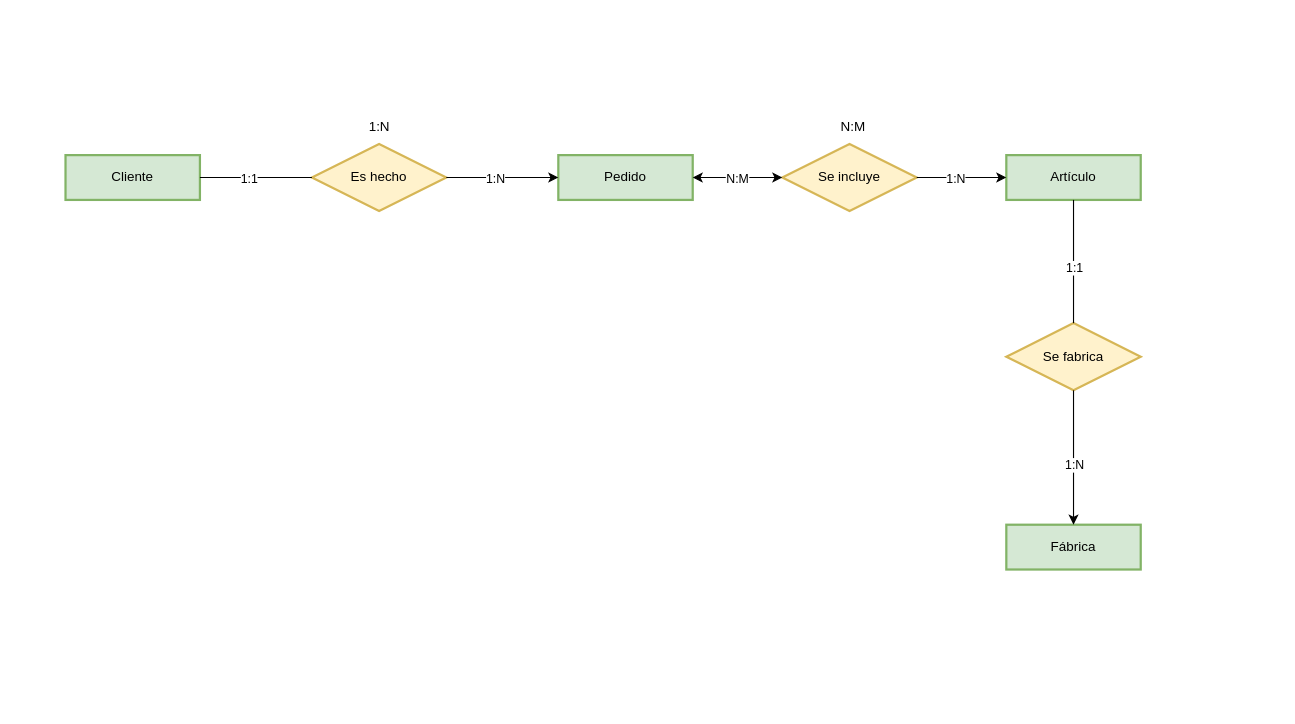
This is page "Ej3" (2 of 9) of Tareas/Tarea3/Tarea3.drawio from JuanManuelMM/Base-Datos, a draw.io file, before an edit. Source tidied: cells renumbered, new cells numbered last; positions are measured from the earlier drawing's top-left corner, leaving out a move shared by most shapes. Both pictures are drawn from the tidied source at 112%, with x=0, y=0 at pixel (65, 110).
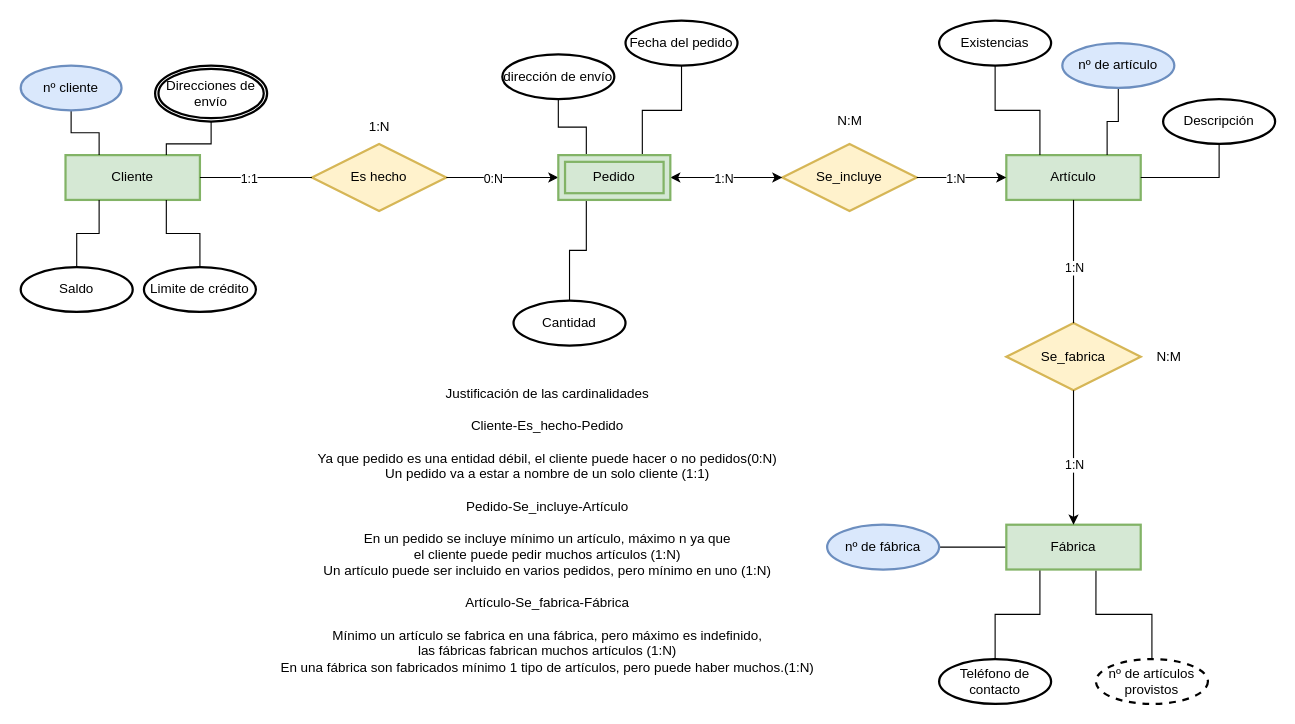
After the change.

Unchanged cells that the change refers to:
```xml
<mxCell id="2" value="Cliente" style="whiteSpace=wrap;html=1;align=center;fillColor=#d5e8d4;strokeColor=#82b366;strokeWidth=2;" parent="1" vertex="1">
  <mxGeometry y="40" width="120" height="40" as="geometry" />
</mxCell>
<mxCell id="4" value="Artículo" style="whiteSpace=wrap;html=1;align=center;fillColor=#d5e8d4;strokeColor=#82b366;strokeWidth=2;" parent="1" vertex="1">
  <mxGeometry x="840" y="40" width="120" height="40" as="geometry" />
</mxCell>
<mxCell id="5" value="Fábrica" style="whiteSpace=wrap;html=1;align=center;fillColor=#d5e8d4;strokeColor=#82b366;strokeWidth=2;" parent="1" vertex="1">
  <mxGeometry x="840" y="370" width="120" height="40" as="geometry" />
</mxCell>
<mxCell id="13" style="endArrow=classic;html=1;rounded=0;entryX=0;entryY=0.5;entryDx=0;entryDy=0;exitX=1;exitY=0.5;exitDx=0;exitDy=0;" parent="1" edge="1" source="6" target="3">
  <mxGeometry relative="1" as="geometry" />
</mxCell>
<mxCell id="17" style="endArrow=classic;startArrow=classic;html=1;rounded=0;entryX=0;entryY=0.5;entryDx=0;entryDy=0;exitX=1;exitY=0.5;exitDx=0;exitDy=0;" parent="1" edge="1" source="3" target="8">
  <mxGeometry relative="1" as="geometry" />
</mxCell>
<mxCell id="21" style="endArrow=none;html=1;rounded=0;entryX=0.5;entryY=1;entryDx=0;entryDy=0;exitX=0.5;exitY=0;exitDx=0;exitDy=0;" parent="1" edge="1" source="7" target="4">
  <mxGeometry relative="1" as="geometry" />
</mxCell>
```

What changed in the source:
```diff
@@
-    <mxCell id="3" value="Pedido" style="whiteSpace=wrap;html=1;align=center;fillColor=#d5e8d4;strokeColor=#82b366;strokeWidth=2;" parent="1" vertex="1">
-      <mxGeometry x="440" y="40" width="120" height="40" as="geometry" />
-    </mxCell>
@@
+    <mxCell id="23" style="edgeStyle=orthogonalEdgeStyle;rounded=0;jettySize=auto;html=1;exitX=0;exitY=0.5;exitDx=0;exitDy=0;entryX=1;entryY=0.5;entryDx=0;entryDy=0;endArrow=none;endFill=0;" parent="1" edge="1" source="5" target="46">
+      <mxGeometry relative="1" as="geometry" />
+    </mxCell>
+    <mxCell id="24" style="edgeStyle=orthogonalEdgeStyle;rounded=0;jettySize=auto;html=1;exitX=0.25;exitY=1;exitDx=0;exitDy=0;entryX=0.5;entryY=0;entryDx=0;entryDy=0;endArrow=none;endFill=0;" parent="1" edge="1" source="5" target="47">
+      <mxGeometry relative="1" as="geometry" />
+    </mxCell>
@@
-    <mxCell id="7" value="Se fabrica" style="shape=rhombus;perimeter=rhombusPerimeter;whiteSpace=wrap;html=1;align=center;fillColor=#fff2cc;strokeColor=#d6b656;strokeWidth=2;" parent="1" vertex="1">
+    <mxCell id="7" value="Se_fabrica" style="shape=rhombus;perimeter=rhombusPerimeter;whiteSpace=wrap;html=1;align=center;fillColor=#fff2cc;strokeColor=#d6b656;strokeWidth=2;" parent="1" vertex="1">
       <mxGeometry x="840" y="190" width="120" height="60" as="geometry" />
     </mxCell>
-    <mxCell id="8" value="Se incluye" style="shape=rhombus;perimeter=rhombusPerimeter;whiteSpace=wrap;html=1;align=center;fillColor=#fff2cc;strokeColor=#d6b656;strokeWidth=2;" parent="1" vertex="1">
+    <mxCell id="8" value="Se_incluye" style="shape=rhombus;perimeter=rhombusPerimeter;whiteSpace=wrap;html=1;align=center;fillColor=#fff2cc;strokeColor=#d6b656;strokeWidth=2;" parent="1" vertex="1">
       <mxGeometry x="640" y="30" width="120" height="60" as="geometry" />
     </mxCell>
@@
     <mxCell id="12" value="N:M" style="text;html=1;align=center;verticalAlign=middle;strokeColor=none;fillColor=none;" parent="1" vertex="1">
-      <mxGeometry x="677.5" width="50" height="30" as="geometry" />
+      <mxGeometry x="675" y="-5" width="50" height="30" as="geometry" />
     </mxCell>
@@
-    <mxCell id="14" value="1:N" style="edgeLabel;html=1;align=center;verticalAlign=middle;" parent="13" vertex="1">
+    <mxCell id="14" value="0:N" style="edgeLabel;html=1;align=center;verticalAlign=middle;" parent="13" vertex="1">
       <mxGeometry x="-0.53" y="-1" relative="1" as="geometry">
-        <mxPoint x="19" y="-1" as="offset" />
+        <mxPoint x="17" y="-1" as="offset" />
       </mxGeometry>
     </mxCell>
@@
-    <mxCell id="18" value="N:M" style="edgeLabel;html=1;align=center;verticalAlign=middle;" parent="17" vertex="1">
+    <mxCell id="18" value="1:N" style="edgeLabel;html=1;align=center;verticalAlign=middle;" parent="17" vertex="1">
       <mxGeometry x="-0.23" relative="1" as="geometry">
         <mxPoint x="8" as="offset" />
       </mxGeometry>
     </mxCell>
@@
-    <mxCell id="22" value="1:1" style="edgeLabel;html=1;align=center;verticalAlign=middle;" parent="21" vertex="1">
+    <mxCell id="22" value="1:N" style="edgeLabel;html=1;align=center;verticalAlign=middle;" parent="21" vertex="1">
       <mxGeometry x="0.55" y="-1" relative="1" as="geometry">
         <mxPoint x="-1" y="35" as="offset" />
       </mxGeometry>
     </mxCell>
+    <mxCell id="25" value="N:M" style="text;html=1;align=center;verticalAlign=middle;strokeColor=none;fillColor=none;" parent="1" vertex="1">
+      <mxGeometry x="960" y="205" width="50" height="30" as="geometry" />
+    </mxCell>
+    <mxCell id="26" style="edgeStyle=orthogonalEdgeStyle;rounded=0;jettySize=auto;html=1;exitX=0.5;exitY=1;exitDx=0;exitDy=0;entryX=0.25;entryY=0;entryDx=0;entryDy=0;endArrow=none;endFill=0;" parent="1" edge="1" source="27" target="2">
+      <mxGeometry relative="1" as="geometry" />
+    </mxCell>
+    <mxCell id="27" value="nº cliente" style="ellipse;whiteSpace=wrap;html=1;align=center;fillColor=#dae8fc;strokeColor=#6c8ebf;strokeWidth=2;" parent="1" vertex="1">
+      <mxGeometry x="-40" y="-40" width="90" height="40" as="geometry" />
+    </mxCell>
+    <mxCell id="28" style="edgeStyle=orthogonalEdgeStyle;rounded=0;jettySize=auto;html=1;exitX=0.5;exitY=1;exitDx=0;exitDy=0;entryX=0.75;entryY=0;entryDx=0;entryDy=0;endArrow=none;endFill=0;" parent="1" edge="1" source="29" target="2">
+      <mxGeometry relative="1" as="geometry" />
+    </mxCell>
+    <mxCell id="29" value="Direcciones de envío" style="ellipse;shape=doubleEllipse;margin=3;whiteSpace=wrap;html=1;align=center;strokeWidth=2;" parent="1" vertex="1">
+      <mxGeometry x="80" y="-40" width="100" height="50" as="geometry" />
+    </mxCell>
+    <mxCell id="30" style="edgeStyle=orthogonalEdgeStyle;rounded=0;jettySize=auto;html=1;exitX=0.5;exitY=0;exitDx=0;exitDy=0;entryX=0.75;entryY=1;entryDx=0;entryDy=0;endArrow=none;endFill=0;" parent="1" edge="1" source="31" target="2">
+      <mxGeometry relative="1" as="geometry" />
+    </mxCell>
+    <mxCell id="31" value="Limite de crédito" style="ellipse;whiteSpace=wrap;html=1;align=center;strokeWidth=2;" parent="1" vertex="1">
+      <mxGeometry x="70" y="140" width="100" height="40" as="geometry" />
+    </mxCell>
+    <mxCell id="32" style="edgeStyle=orthogonalEdgeStyle;rounded=0;jettySize=auto;html=1;exitX=0.5;exitY=0;exitDx=0;exitDy=0;entryX=0.25;entryY=1;entryDx=0;entryDy=0;endArrow=none;endFill=0;" parent="1" edge="1" source="33" target="2">
+      <mxGeometry relative="1" as="geometry" />
+    </mxCell>
+    <mxCell id="33" value="Saldo" style="ellipse;whiteSpace=wrap;html=1;align=center;strokeWidth=2;" parent="1" vertex="1">
+      <mxGeometry x="-40" y="140" width="100" height="40" as="geometry" />
+    </mxCell>
+    <mxCell id="34" style="edgeStyle=orthogonalEdgeStyle;rounded=0;jettySize=auto;html=1;exitX=0.25;exitY=0;exitDx=0;exitDy=0;entryX=0.5;entryY=1;entryDx=0;entryDy=0;endArrow=none;endFill=0;" parent="1" edge="1" source="3" target="37">
+      <mxGeometry relative="1" as="geometry" />
+    </mxCell>
+    <mxCell id="35" style="edgeStyle=orthogonalEdgeStyle;rounded=0;jettySize=auto;html=1;exitX=0.75;exitY=0;exitDx=0;exitDy=0;entryX=0.5;entryY=1;entryDx=0;entryDy=0;endArrow=none;endFill=0;" parent="1" edge="1" source="3" target="38">
+      <mxGeometry relative="1" as="geometry" />
+    </mxCell>
+    <mxCell id="36" style="edgeStyle=orthogonalEdgeStyle;rounded=0;jettySize=auto;html=1;exitX=0.25;exitY=1;exitDx=0;exitDy=0;entryX=0.5;entryY=0;entryDx=0;entryDy=0;endArrow=none;endFill=0;" parent="1" edge="1" source="3" target="39">
+      <mxGeometry relative="1" as="geometry" />
+    </mxCell>
+    <mxCell id="3" value="Pedido" style="shape=ext;margin=3;double=1;whiteSpace=wrap;html=1;align=center;strokeWidth=2;fillColor=#d5e8d4;strokeColor=#82b366;" parent="1" vertex="1">
+      <mxGeometry x="440" y="40" width="100" height="40" as="geometry" />
+    </mxCell>
+    <mxCell id="37" value="dirección de envío" style="ellipse;whiteSpace=wrap;html=1;align=center;strokeWidth=2;" parent="1" vertex="1">
+      <mxGeometry x="390" y="-50" width="100" height="40" as="geometry" />
+    </mxCell>
+    <mxCell id="38" value="Fecha del pedido" style="ellipse;whiteSpace=wrap;html=1;align=center;strokeWidth=2;" parent="1" vertex="1">
+      <mxGeometry x="500" y="-80" width="100" height="40" as="geometry" />
+    </mxCell>
+    <mxCell id="39" value="Cantidad" style="ellipse;whiteSpace=wrap;html=1;align=center;strokeWidth=2;" parent="1" vertex="1">
+      <mxGeometry x="400" y="170" width="100" height="40" as="geometry" />
+    </mxCell>
+    <mxCell id="40" style="edgeStyle=orthogonalEdgeStyle;rounded=0;jettySize=auto;html=1;exitX=0.5;exitY=1;exitDx=0;exitDy=0;entryX=0.75;entryY=0;entryDx=0;entryDy=0;endArrow=none;endFill=0;" parent="1" edge="1" source="41" target="4">
+      <mxGeometry relative="1" as="geometry" />
+    </mxCell>
+    <mxCell id="41" value="nº de artículo" style="ellipse;whiteSpace=wrap;html=1;align=center;strokeWidth=2;fillColor=#dae8fc;strokeColor=#6c8ebf;" parent="1" vertex="1">
+      <mxGeometry x="890" y="-60" width="100" height="40" as="geometry" />
+    </mxCell>
+    <mxCell id="42" style="edgeStyle=orthogonalEdgeStyle;rounded=0;jettySize=auto;html=1;exitX=0.5;exitY=1;exitDx=0;exitDy=0;entryX=0.25;entryY=0;entryDx=0;entryDy=0;endArrow=none;endFill=0;" parent="1" edge="1" source="43" target="4">
+      <mxGeometry relative="1" as="geometry" />
+    </mxCell>
+    <mxCell id="43" value="Existencias" style="ellipse;whiteSpace=wrap;html=1;align=center;strokeWidth=2;" parent="1" vertex="1">
+      <mxGeometry x="780" y="-80" width="100" height="40" as="geometry" />
+    </mxCell>
+    <mxCell id="44" style="edgeStyle=orthogonalEdgeStyle;rounded=0;jettySize=auto;html=1;exitX=0.5;exitY=1;exitDx=0;exitDy=0;entryX=1;entryY=0.5;entryDx=0;entryDy=0;endArrow=none;endFill=0;" parent="1" edge="1" source="45" target="4">
+      <mxGeometry relative="1" as="geometry" />
+    </mxCell>
+    <mxCell id="45" value="Descripción" style="ellipse;whiteSpace=wrap;html=1;align=center;strokeWidth=2;" parent="1" vertex="1">
+      <mxGeometry x="980" y="-10" width="100" height="40" as="geometry" />
+    </mxCell>
+    <mxCell id="46" value="nº de fábrica" style="ellipse;whiteSpace=wrap;html=1;align=center;strokeWidth=2;fillColor=#dae8fc;strokeColor=#6c8ebf;" parent="1" vertex="1">
+      <mxGeometry x="680" y="370" width="100" height="40" as="geometry" />
+    </mxCell>
+    <mxCell id="47" value="Teléfono de contacto" style="ellipse;whiteSpace=wrap;html=1;align=center;strokeWidth=2;" parent="1" vertex="1">
+      <mxGeometry x="780" y="490" width="100" height="40" as="geometry" />
+    </mxCell>
+    <mxCell id="48" style="edgeStyle=orthogonalEdgeStyle;rounded=0;jettySize=auto;html=1;exitX=0.5;exitY=0;exitDx=0;exitDy=0;entryX=0.667;entryY=1.025;entryDx=0;entryDy=0;entryPerimeter=0;endArrow=none;endFill=0;" parent="1" edge="1" source="49" target="5">
+      <mxGeometry relative="1" as="geometry" />
+    </mxCell>
+    <mxCell id="49" value="nº de artículos provistos" style="ellipse;whiteSpace=wrap;html=1;align=center;dashed=1;strokeWidth=2;" parent="1" vertex="1">
+      <mxGeometry x="920" y="490" width="100" height="40" as="geometry" />
+    </mxCell>
+    <mxCell id="50" value="Justificación de las cardinalidades&lt;br&gt;&lt;br&gt;Cliente-Es_hecho-Pedido&lt;br&gt;&lt;br&gt;Ya que pedido es una entidad débil, el cliente puede hacer o no pedidos(0:N)&lt;br&gt;Un pedido va a estar a nombre de un solo cliente (1:1)&lt;br&gt;&lt;br&gt;Pedido-Se_incluye-Artículo&lt;br&gt;&lt;br&gt;En un pedido se incluye mínimo un artículo, máximo n ya que&lt;br&gt;el cliente puede pedir muchos artículos (1:N)&lt;br&gt;Un artículo puede ser incluido en varios pedidos, pero mínimo en uno (1:N)&lt;br&gt;&lt;br&gt;Artículo-Se_fabrica-Fábrica&lt;br&gt;&lt;br&gt;Mínimo un artículo se fabrica en una fábrica, pero máximo es indefinido,&lt;br&gt;las fábricas fabrican muchos artículos (1:N)&lt;br&gt;En una fábrica son fabricados mínimo 1 tipo de artículos, pero puede haber muchos.(1:N)" style="text;html=1;align=center;verticalAlign=middle;strokeColor=none;fillColor=none;" parent="1" vertex="1">
+      <mxGeometry x="180" y="240" width="500" height="270" as="geometry" />
+    </mxCell>
```
